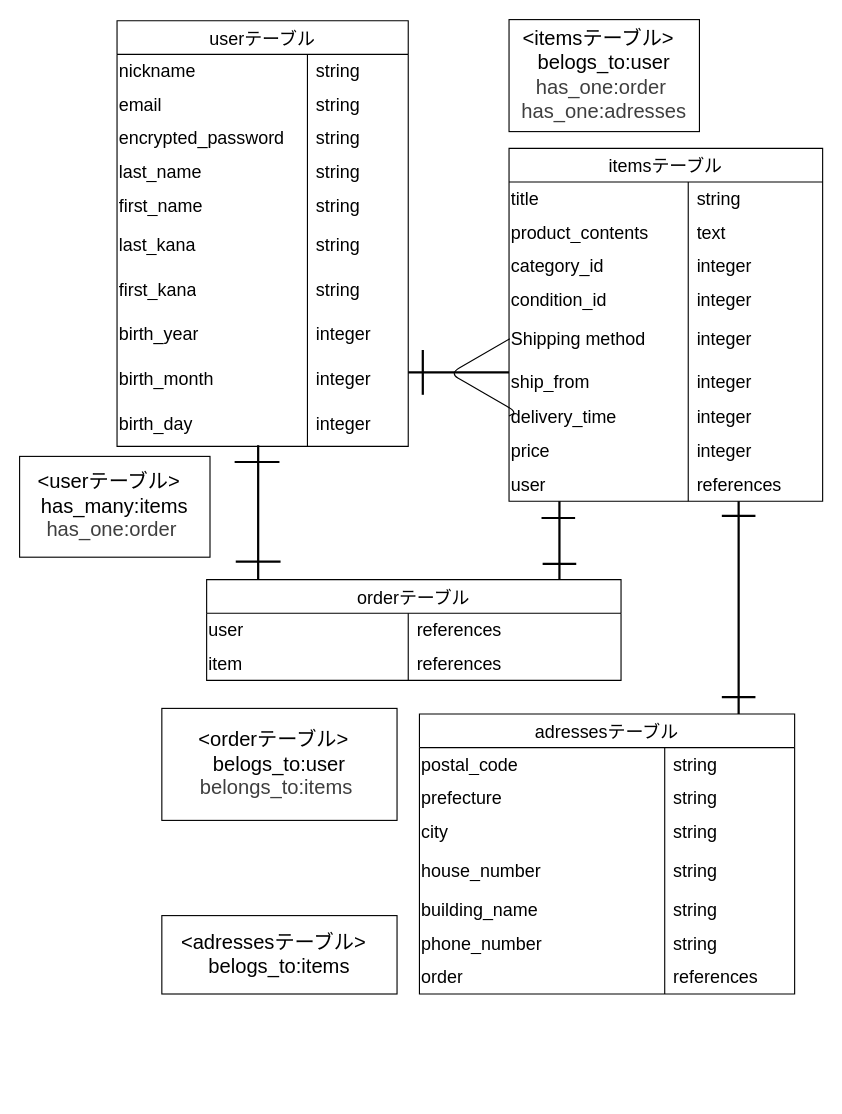
This is er.dio from hanari196/furima-42504, a draw.io file, before an edit. Source tidied: cells renumbered, new cells numbered last; positions are measured from the earlier drawing's top-left corner, leaving out a move shared by most shapes. Both pictures are drawn from the tidied source at 112%, with x=0, y=0 at pixel (19, 19).
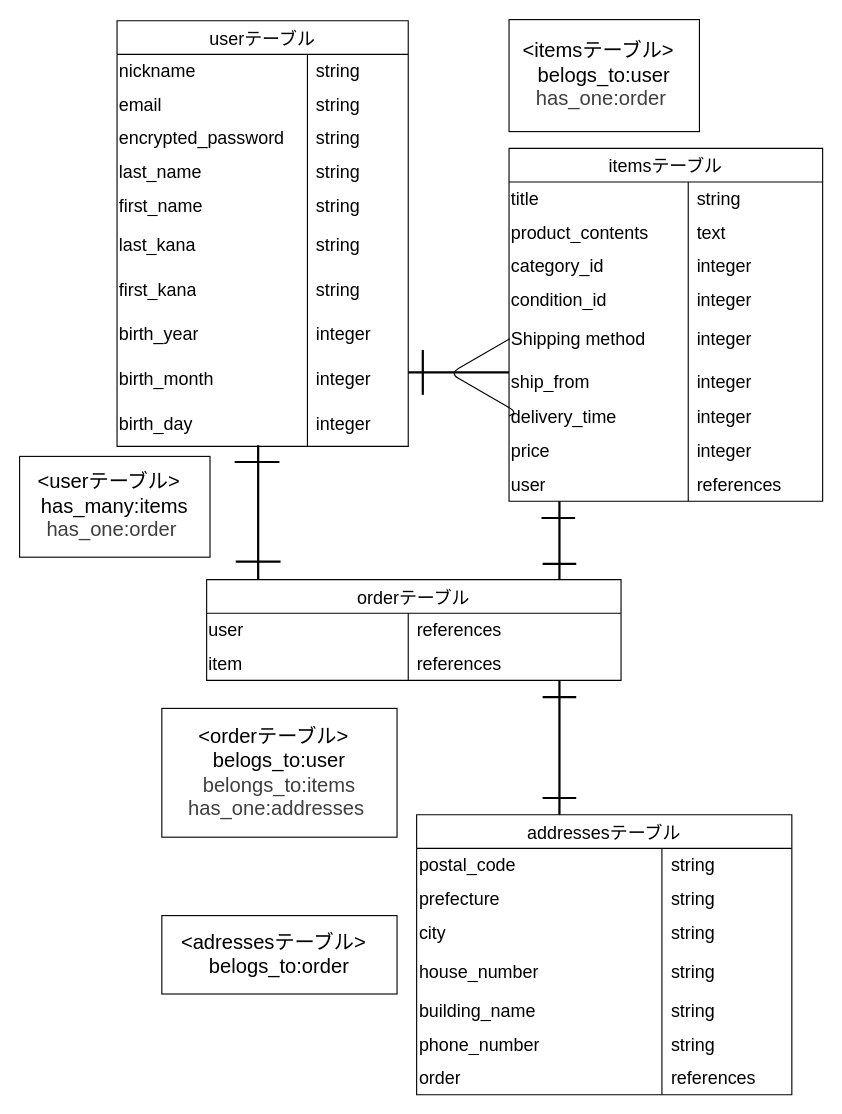
The same page after the edit.

What changed in the source:
```diff
@@
-    <mxCell id="2" value="adressesテーブル" style="shape=table;startSize=30;childLayout=tableLayout;rowLines=0;fontStyle=0;strokeColor=default;fontSize=16;align=center;" parent="1" vertex="1">
-      <mxGeometry x="357" y="620" width="335" height="250" as="geometry" />
+    <mxCell id="2" value="addressesテーブル" style="shape=table;startSize=30;childLayout=tableLayout;rowLines=0;fontStyle=0;strokeColor=default;fontSize=16;align=center;" parent="1" vertex="1">
+      <mxGeometry x="354.5" y="710" width="335" height="250" as="geometry" />
     </mxCell>
@@
     <mxCell id="92" style="line;strokeWidth=2;direction=south;html=1;" parent="1" vertex="1">
-      <mxGeometry x="637" y="430" width="10" height="190" as="geometry" />
+      <mxGeometry x="477" y="590" width="10" height="120" as="geometry" />
     </mxCell>
@@
     <mxCell id="96" style="line;strokeWidth=2;html=1;" parent="1" vertex="1">
-      <mxGeometry x="627" y="438" width="30" height="10" as="geometry" />
+      <mxGeometry x="467" y="600" width="30" height="10" as="geometry" />
     </mxCell>
     <mxCell id="97" style="line;strokeWidth=2;html=1;" parent="1" vertex="1">
-      <mxGeometry x="627" y="600" width="30" height="10" as="geometry" />
+      <mxGeometry x="467" y="690" width="30" height="10" as="geometry" />
     </mxCell>
@@
-    <mxCell id="103" value="&lt;font style=&quot;font-size: 18px;&quot;&gt;&amp;lt;itemsテーブル&amp;gt;&lt;/font&gt;&lt;span style=&quot;color: rgb(63, 63, 63); font-size: 18px; background-color: transparent;&quot;&gt;&amp;nbsp;&amp;nbsp;&lt;/span&gt;&lt;div&gt;&lt;div&gt;&lt;span style=&quot;font-size: 18px;&quot;&gt;belogs_to:user&lt;/span&gt;&lt;/div&gt;&lt;/div&gt;&lt;div&gt;&lt;span style=&quot;color: rgb(63, 63, 63); font-size: 18px;&quot;&gt;has_one:order&amp;nbsp;&lt;/span&gt;&lt;span style=&quot;font-size: 18px;&quot;&gt;&lt;/span&gt;&lt;/div&gt;&lt;div&gt;&lt;span style=&quot;color: rgb(63, 63, 63); font-size: 18px;&quot;&gt;has_one:adresses&lt;/span&gt;&lt;/div&gt;" style="rounded=0;whiteSpace=wrap;html=1;" parent="1" vertex="1">
+    <mxCell id="103" value="&lt;font style=&quot;font-size: 18px;&quot;&gt;&amp;lt;itemsテーブル&amp;gt;&lt;/font&gt;&lt;span style=&quot;color: rgb(63, 63, 63); font-size: 18px; background-color: transparent;&quot;&gt;&amp;nbsp;&amp;nbsp;&lt;/span&gt;&lt;div&gt;&lt;div&gt;&lt;span style=&quot;font-size: 18px;&quot;&gt;belogs_to:user&lt;/span&gt;&lt;/div&gt;&lt;/div&gt;&lt;div&gt;&lt;span style=&quot;color: rgb(63, 63, 63); font-size: 18px;&quot;&gt;has_one:order&amp;nbsp;&lt;/span&gt;&lt;/div&gt;" style="rounded=0;whiteSpace=wrap;html=1;" parent="1" vertex="1">
       <mxGeometry x="437" width="170" height="100" as="geometry" />
     </mxCell>
-    <mxCell id="104" value="&lt;font style=&quot;font-size: 18px;&quot;&gt;&amp;lt;adressesテーブル&amp;gt;&lt;/font&gt;&lt;span style=&quot;color: rgb(63, 63, 63); font-size: 18px; background-color: transparent;&quot;&gt;&amp;nbsp;&amp;nbsp;&lt;/span&gt;&lt;div&gt;&lt;div&gt;&lt;span style=&quot;font-size: 18px;&quot;&gt;belogs_to:items&lt;/span&gt;&lt;/div&gt;&lt;/div&gt;" style="rounded=0;whiteSpace=wrap;html=1;" parent="1" vertex="1">
+    <mxCell id="104" value="&lt;font style=&quot;font-size: 18px;&quot;&gt;&amp;lt;adressesテーブル&amp;gt;&lt;/font&gt;&lt;span style=&quot;color: rgb(63, 63, 63); font-size: 18px; background-color: transparent;&quot;&gt;&amp;nbsp;&amp;nbsp;&lt;/span&gt;&lt;div&gt;&lt;div&gt;&lt;span style=&quot;font-size: 18px;&quot;&gt;belogs_to:order&lt;/span&gt;&lt;/div&gt;&lt;/div&gt;" style="rounded=0;whiteSpace=wrap;html=1;" parent="1" vertex="1">
       <mxGeometry x="127" y="800" width="210" height="70" as="geometry" />
     </mxCell>
-    <mxCell id="105" value="&lt;font style=&quot;font-size: 18px;&quot;&gt;&amp;lt;orderテーブル&amp;gt;&lt;/font&gt;&lt;span style=&quot;color: rgb(63, 63, 63); font-size: 18px; background-color: transparent;&quot;&gt;&amp;nbsp;&amp;nbsp;&lt;/span&gt;&lt;div&gt;&lt;div&gt;&lt;span style=&quot;font-size: 18px;&quot;&gt;belogs_to:user&lt;/span&gt;&lt;/div&gt;&lt;/div&gt;&lt;div&gt;&lt;span style=&quot;color: rgb(63, 63, 63); font-size: 18px;&quot;&gt;belongs_to:items&amp;nbsp;&lt;/span&gt;&lt;/div&gt;" style="rounded=0;whiteSpace=wrap;html=1;" parent="1" vertex="1">
-      <mxGeometry x="127" y="615" width="210" height="100" as="geometry" />
+    <mxCell id="105" value="&lt;font style=&quot;font-size: 18px;&quot;&gt;&amp;lt;orderテーブル&amp;gt;&lt;/font&gt;&lt;span style=&quot;color: rgb(63, 63, 63); font-size: 18px; background-color: transparent;&quot;&gt;&amp;nbsp;&amp;nbsp;&lt;/span&gt;&lt;div&gt;&lt;div&gt;&lt;span style=&quot;font-size: 18px;&quot;&gt;belogs_to:user&lt;/span&gt;&lt;/div&gt;&lt;/div&gt;&lt;div&gt;&lt;span style=&quot;color: rgb(63, 63, 63); font-size: 18px;&quot;&gt;belongs_to:items&lt;/span&gt;&lt;/div&gt;&lt;div&gt;&lt;span style=&quot;color: rgb(63, 63, 63); font-size: 18px;&quot;&gt;has_one:addresses&amp;nbsp;&lt;/span&gt;&lt;/div&gt;" style="rounded=0;whiteSpace=wrap;html=1;" parent="1" vertex="1">
+      <mxGeometry x="127" y="615" width="210" height="115" as="geometry" />
     </mxCell>
```
